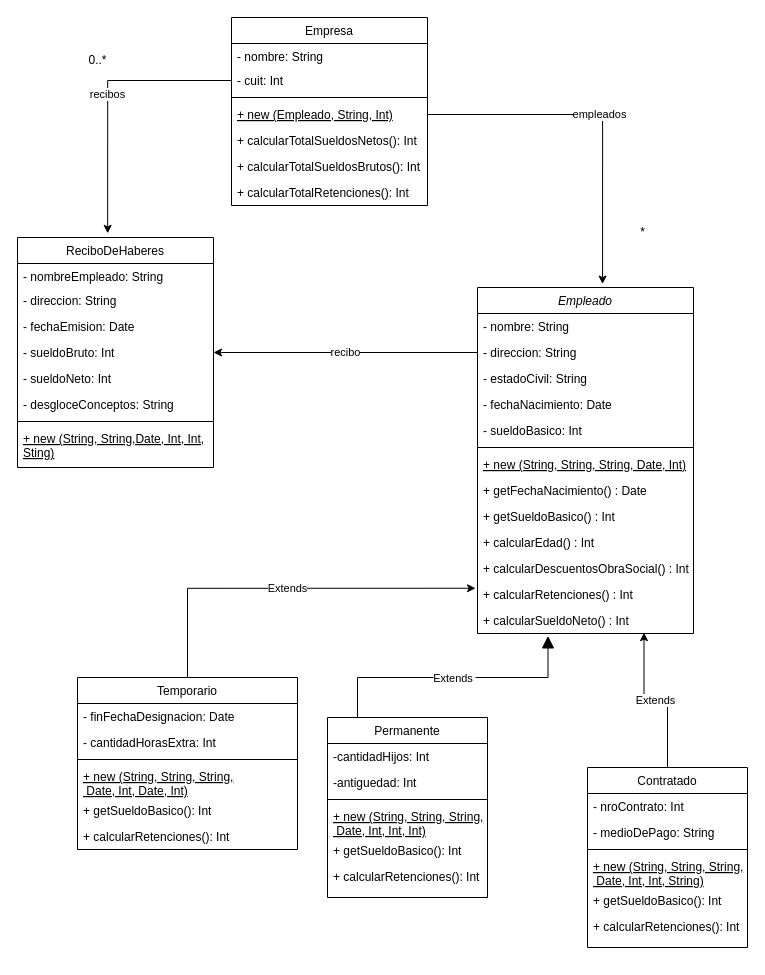
This is Diagrama sin título.drawio from ljara8/tp2-poo2, a draw.io file, before an edit. Source tidied: cells renumbered, new cells numbered last; positions are measured from the earlier drawing's top-left corner, leaving out a move shared by most shapes. Both pictures are drawn from the tidied source at 100%, with x=0, y=0 at pixel (17, 17).
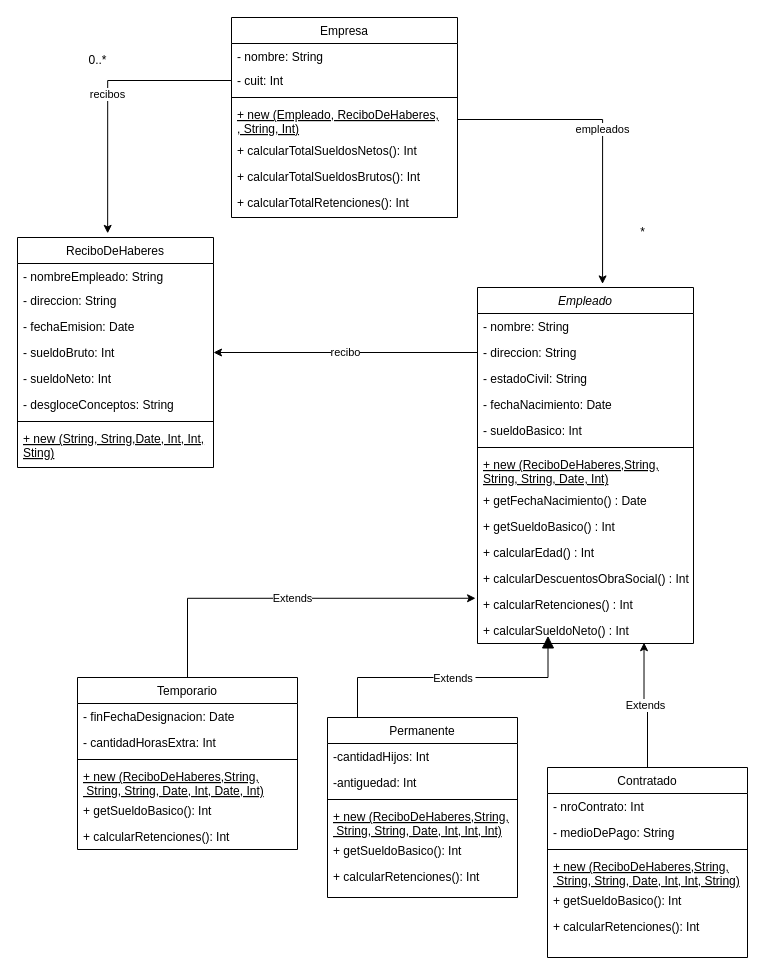
The same diagram, later.

Unchanged cells that the change refers to:
```xml
<mxCell id="17" value="Temporario" style="swimlane;fontStyle=0;align=center;verticalAlign=top;horizontal=1;startSize=26;rounded=0;shadow=0;strokeWidth=1;" parent="1" vertex="1">
  <mxGeometry x="60" y="660" width="220" height="172" as="geometry" />
</mxCell>
```

Change to the diagram source:
```diff
@@
     <mxCell id="2" value="Empleado&#10;" style="swimlane;fontStyle=2;align=center;verticalAlign=top;horizontal=1;startSize=26;rounded=0;shadow=0;strokeWidth=1;" parent="1" vertex="1">
-      <mxGeometry x="460" y="270" width="216" height="346" as="geometry" />
+      <mxGeometry x="460" y="270" width="216" height="356" as="geometry" />
     </mxCell>
@@
-    <mxCell id="9" value="+ new (String, String, String, Date, Int)" style="text;align=left;verticalAlign=top;spacingLeft=4;spacingRight=4;overflow=hidden;fontStyle=4;" parent="2" vertex="1">
-      <mxGeometry y="164" width="216" height="26" as="geometry" />
+    <mxCell id="9" value="+ new (ReciboDeHaberes,String, &#10;String, String, Date, Int)" style="text;align=left;verticalAlign=top;spacingLeft=4;spacingRight=4;overflow=hidden;fontStyle=4;" parent="2" vertex="1">
+      <mxGeometry y="164" width="216" height="36" as="geometry" />
     </mxCell>
     <mxCell id="10" value="+ getFechaNacimiento() : Date" style="text;align=left;verticalAlign=top;spacingLeft=4;spacingRight=4;overflow=hidden;fontStyle=0;" parent="2" vertex="1">
-      <mxGeometry y="190" width="216" height="26" as="geometry" />
+      <mxGeometry y="200" width="216" height="26" as="geometry" />
     </mxCell>
     <mxCell id="11" value="+ getSueldoBasico() : Int" style="text;align=left;verticalAlign=top;spacingLeft=4;spacingRight=4;overflow=hidden;fontStyle=0;" parent="2" vertex="1">
-      <mxGeometry y="216" width="216" height="26" as="geometry" />
+      <mxGeometry y="226" width="216" height="26" as="geometry" />
     </mxCell>
     <mxCell id="12" value="+ calcularEdad() : Int&#10;" style="text;align=left;verticalAlign=top;spacingLeft=4;spacingRight=4;overflow=hidden;fontStyle=0;" parent="2" vertex="1">
-      <mxGeometry y="242" width="216" height="26" as="geometry" />
+      <mxGeometry y="252" width="216" height="26" as="geometry" />
     </mxCell>
     <mxCell id="13" value="+ calcularDescuentosObraSocial() : Int&#10;" style="text;align=left;verticalAlign=top;spacingLeft=4;spacingRight=4;overflow=hidden;fontStyle=0;" parent="2" vertex="1">
-      <mxGeometry y="268" width="216" height="26" as="geometry" />
+      <mxGeometry y="278" width="216" height="26" as="geometry" />
     </mxCell>
     <mxCell id="14" value="+ calcularRetenciones() : Int" style="text;align=left;verticalAlign=top;spacingLeft=4;spacingRight=4;overflow=hidden;points=[[0,0.5],[1,0.5]];portConstraint=eastwest;fontStyle=0;" parent="2" vertex="1">
-      <mxGeometry y="294" width="216" height="26" as="geometry" />
+      <mxGeometry y="304" width="216" height="26" as="geometry" />
     </mxCell>
     <mxCell id="15" value="+ calcularSueldoNeto() : Int&#10;" style="text;align=left;verticalAlign=top;spacingLeft=4;spacingRight=4;overflow=hidden;points=[[0,0.5],[1,0.5]];portConstraint=eastwest;fontStyle=0;" parent="2" vertex="1">
-      <mxGeometry y="320" width="216" height="26" as="geometry" />
+      <mxGeometry y="330" width="216" height="26" as="geometry" />
     </mxCell>
@@
-    <mxCell id="21" value="+ new (String, String, String,&#10; Date, Int, Date, Int)" style="text;align=left;verticalAlign=top;spacingLeft=4;spacingRight=4;overflow=hidden;rounded=0;shadow=0;html=0;fontStyle=4;" parent="17" vertex="1">
+    <mxCell id="21" value="+ new (ReciboDeHaberes,String,&#10; String, String, Date, Int, Date, Int)" style="text;align=left;verticalAlign=top;spacingLeft=4;spacingRight=4;overflow=hidden;rounded=0;shadow=0;html=0;fontStyle=4;" parent="17" vertex="1">
       <mxGeometry y="86" width="220" height="34" as="geometry" />
     </mxCell>
@@
     <mxCell id="24" value="Permanente" style="swimlane;fontStyle=0;align=center;verticalAlign=top;horizontal=1;startSize=26;rounded=0;shadow=0;strokeWidth=1;" parent="1" vertex="1">
-      <mxGeometry x="310" y="700" width="160" height="180" as="geometry" />
+      <mxGeometry x="310" y="700" width="190" height="180" as="geometry" />
     </mxCell>
     <mxCell id="25" value="-cantidadHijos: Int&#10;" style="text;align=left;verticalAlign=top;spacingLeft=4;spacingRight=4;overflow=hidden;" parent="24" vertex="1">
-      <mxGeometry y="26" width="160" height="26" as="geometry" />
+      <mxGeometry y="26" width="190" height="26" as="geometry" />
     </mxCell>
     <mxCell id="26" value="-antiguedad: Int&#10;" style="text;align=left;verticalAlign=top;spacingLeft=4;spacingRight=4;overflow=hidden;" parent="24" vertex="1">
-      <mxGeometry y="52" width="160" height="26" as="geometry" />
+      <mxGeometry y="52" width="190" height="26" as="geometry" />
     </mxCell>
     <mxCell id="27" style="line;html=1;strokeWidth=1;align=left;verticalAlign=middle;spacingTop=-1;spacingLeft=3;spacingRight=3;labelPosition=right;" parent="24" vertex="1">
-      <mxGeometry y="78" width="160" height="8" as="geometry" />
+      <mxGeometry y="78" width="190" height="8" as="geometry" />
     </mxCell>
-    <mxCell id="28" value="+ new (String, String, String,&#10; Date, Int, Int, Int)" style="text;align=left;verticalAlign=top;spacingLeft=4;spacingRight=4;overflow=hidden;rounded=0;shadow=0;html=0;fontStyle=4;" parent="24" vertex="1">
-      <mxGeometry y="86" width="160" height="34" as="geometry" />
+    <mxCell id="28" value="+ new (ReciboDeHaberes,String,&#10; String, String, Date, Int, Int, Int)" style="text;align=left;verticalAlign=top;spacingLeft=4;spacingRight=4;overflow=hidden;rounded=0;shadow=0;html=0;fontStyle=4;" parent="24" vertex="1">
+      <mxGeometry y="86" width="190" height="34" as="geometry" />
     </mxCell>
     <mxCell id="29" value="+ getSueldoBasico(): Int" style="text;align=left;verticalAlign=top;spacingLeft=4;spacingRight=4;overflow=hidden;" parent="24" vertex="1">
-      <mxGeometry y="120" width="160" height="26" as="geometry" />
+      <mxGeometry y="120" width="190" height="26" as="geometry" />
     </mxCell>
     <mxCell id="30" value="+ calcularRetenciones(): Int" style="text;align=left;verticalAlign=top;spacingLeft=4;spacingRight=4;overflow=hidden;" parent="24" vertex="1">
-      <mxGeometry y="146" width="160" height="26" as="geometry" />
+      <mxGeometry y="146" width="190" height="26" as="geometry" />
     </mxCell>
@@
     <mxCell id="32" value="Empresa&#10;" style="swimlane;fontStyle=0;align=center;verticalAlign=top;horizontal=1;startSize=26;rounded=0;shadow=0;strokeWidth=1;" parent="1" vertex="1">
-      <mxGeometry x="214" width="196" height="188" as="geometry" />
+      <mxGeometry x="214" width="226" height="200" as="geometry" />
     </mxCell>
     <mxCell id="33" value="- nombre: String&#10;&#10;&#10;" style="text;align=left;verticalAlign=top;spacingLeft=4;spacingRight=4;overflow=hidden;rounded=0;shadow=0;html=0;" parent="32" vertex="1">
-      <mxGeometry y="26" width="196" height="24" as="geometry" />
+      <mxGeometry y="26" width="226" height="24" as="geometry" />
     </mxCell>
     <mxCell id="34" value="- cuit: Int " style="text;align=left;verticalAlign=top;spacingLeft=4;spacingRight=4;overflow=hidden;points=[[0,0.5],[1,0.5]];portConstraint=eastwest;rounded=0;shadow=0;html=0;" parent="32" vertex="1">
-      <mxGeometry y="50" width="196" height="26" as="geometry" />
+      <mxGeometry y="50" width="226" height="26" as="geometry" />
     </mxCell>
     <mxCell id="35" style="line;html=1;strokeWidth=1;align=left;verticalAlign=middle;spacingTop=-1;spacingLeft=3;spacingRight=3;labelPosition=right;" parent="32" vertex="1">
-      <mxGeometry y="76" width="196" height="8" as="geometry" />
+      <mxGeometry y="76" width="226" height="8" as="geometry" />
     </mxCell>
-    <mxCell id="36" value="+ new (Empleado, String, Int)" style="text;align=left;verticalAlign=top;spacingLeft=4;spacingRight=4;overflow=hidden;points=[[0,0.5],[1,0.5]];portConstraint=eastwest;fontStyle=4;" parent="32" vertex="1">
-      <mxGeometry y="84" width="196" height="26" as="geometry" />
+    <mxCell id="36" value="+ new (Empleado, ReciboDeHaberes,&#10;, String, Int)" style="text;align=left;verticalAlign=top;spacingLeft=4;spacingRight=4;overflow=hidden;points=[[0,0.5],[1,0.5]];portConstraint=eastwest;fontStyle=4;" parent="32" vertex="1">
+      <mxGeometry y="84" width="226" height="36" as="geometry" />
     </mxCell>
     <mxCell id="37" value="+ calcularTotalSueldosNetos(): Int" style="text;align=left;verticalAlign=top;spacingLeft=4;spacingRight=4;overflow=hidden;fontStyle=0;" parent="32" vertex="1">
-      <mxGeometry y="110" width="196" height="26" as="geometry" />
+      <mxGeometry y="120" width="226" height="26" as="geometry" />
     </mxCell>
     <mxCell id="38" value="+ calcularTotalSueldosBrutos(): Int" style="text;align=left;verticalAlign=top;spacingLeft=4;spacingRight=4;overflow=hidden;fontStyle=0;" parent="32" vertex="1">
-      <mxGeometry y="136" width="196" height="26" as="geometry" />
+      <mxGeometry y="146" width="226" height="26" as="geometry" />
     </mxCell>
     <mxCell id="39" value="+ calcularTotalRetenciones(): Int" style="text;align=left;verticalAlign=top;spacingLeft=4;spacingRight=4;overflow=hidden;fontStyle=0;" parent="32" vertex="1">
-      <mxGeometry y="162" width="196" height="26" as="geometry" />
+      <mxGeometry y="172" width="226" height="26" as="geometry" />
     </mxCell>
@@
     <mxCell id="41" value="Contratado" style="swimlane;fontStyle=0;align=center;verticalAlign=top;horizontal=1;startSize=26;rounded=0;shadow=0;strokeWidth=1;" parent="1" vertex="1">
-      <mxGeometry x="570" y="750" width="160" height="180" as="geometry" />
+      <mxGeometry x="530" y="750" width="200" height="190" as="geometry" />
     </mxCell>
     <mxCell id="42" value="- nroContrato: Int&#10;" style="text;align=left;verticalAlign=top;spacingLeft=4;spacingRight=4;overflow=hidden;" parent="41" vertex="1">
-      <mxGeometry y="26" width="160" height="26" as="geometry" />
+      <mxGeometry y="26" width="200" height="26" as="geometry" />
     </mxCell>
     <mxCell id="43" value="- medioDePago: String" style="text;align=left;verticalAlign=top;spacingLeft=4;spacingRight=4;overflow=hidden;" parent="41" vertex="1">
-      <mxGeometry y="52" width="160" height="26" as="geometry" />
+      <mxGeometry y="52" width="200" height="26" as="geometry" />
     </mxCell>
     <mxCell id="44" style="line;html=1;strokeWidth=1;align=left;verticalAlign=middle;spacingTop=-1;spacingLeft=3;spacingRight=3;labelPosition=right;" parent="41" vertex="1">
-      <mxGeometry y="78" width="160" height="8" as="geometry" />
+      <mxGeometry y="78" width="200" height="8" as="geometry" />
     </mxCell>
-    <mxCell id="45" value="+ new (String, String, String,&#10; Date, Int, Int, String)" style="text;align=left;verticalAlign=top;spacingLeft=4;spacingRight=4;overflow=hidden;rounded=0;shadow=0;html=0;fontStyle=4;" parent="41" vertex="1">
-      <mxGeometry y="86" width="160" height="34" as="geometry" />
+    <mxCell id="45" value="+ new (ReciboDeHaberes,String,&#10; String, String, Date, Int, Int, String)" style="text;align=left;verticalAlign=top;spacingLeft=4;spacingRight=4;overflow=hidden;rounded=0;shadow=0;html=0;fontStyle=4;" parent="41" vertex="1">
+      <mxGeometry y="86" width="200" height="34" as="geometry" />
     </mxCell>
     <mxCell id="46" value="+ getSueldoBasico(): Int" style="text;align=left;verticalAlign=top;spacingLeft=4;spacingRight=4;overflow=hidden;" parent="41" vertex="1">
-      <mxGeometry y="120" width="160" height="26" as="geometry" />
+      <mxGeometry y="120" width="200" height="26" as="geometry" />
     </mxCell>
     <mxCell id="47" value="+ calcularRetenciones(): Int" style="text;align=left;verticalAlign=top;spacingLeft=4;spacingRight=4;overflow=hidden;" parent="41" vertex="1">
-      <mxGeometry y="146" width="160" height="26" as="geometry" />
+      <mxGeometry y="146" width="200" height="26" as="geometry" />
     </mxCell>
```
